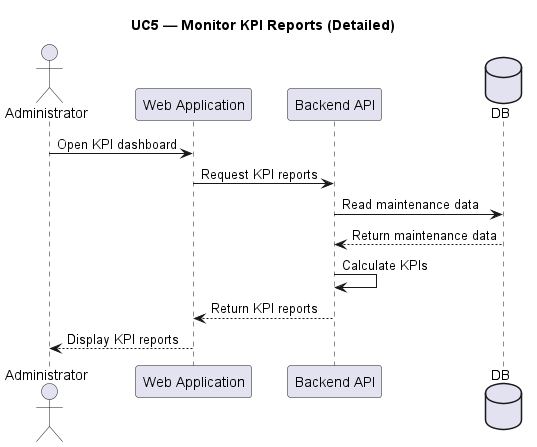
Above: uml/Interactions/sequence_diagrams/UC5_detailed_monitor_kpis_reports.png in xalameen8633-dotcom/Software-engineering-project (PlantUML), before the change. Source of this version:
```plantuml
@startuml
title UC5 — Monitor KPI Reports (Detailed)

actor Administrator
participant "Web Application" as Web
participant "Backend API" as API
database "DB" as DB

Administrator -> Web : Open KPI dashboard
Web -> API : Request KPI reports
API -> DB : Read maintenance data
DB --> API : Return maintenance data

API -> API : Calculate KPIs
API --> Web : Return KPI reports
Web --> Administrator : Display KPI reports

@enduml
```
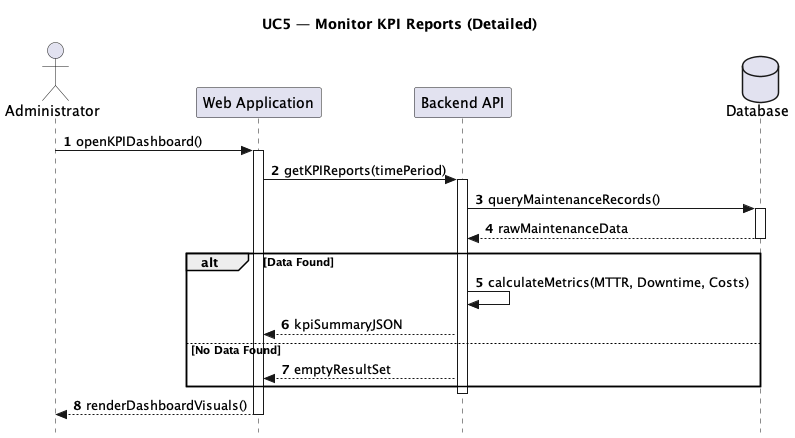
After the change.

Commit message:
improved UC5 detailed sequence diagram

The edit, as a diff of the source:
```diff
@@ -1,18 +1,34 @@
-@startuml
+@startuml UC5_Detailed_Refined
 title UC5 — Monitor KPI Reports (Detailed)
+
+autonumber
+skinparam Style strictuml
 
 actor Administrator
 participant "Web Application" as Web
 participant "Backend API" as API
-database "DB" as DB
+database "Database" as DB
 
-Administrator -> Web : Open KPI dashboard
-Web -> API : Request KPI reports
-API -> DB : Read maintenance data
-DB --> API : Return maintenance data
+Administrator -> Web : openKPIDashboard()
+activate Web
 
-API -> API : Calculate KPIs
-API --> Web : Return KPI reports
-Web --> Administrator : Display KPI reports
+Web -> API : getKPIReports(timePeriod)
+activate API
+
+API -> DB : queryMaintenanceRecords()
+activate DB
+DB --> API : rawMaintenanceData
+deactivate DB
+
+alt Data Found
+    API -> API : calculateMetrics(MTTR, Downtime, Costs)
+    API --> Web : kpiSummaryJSON
+else No Data Found
+    API --> Web : emptyResultSet
+end
+
+deactivate API
+Web --> Administrator : renderDashboardVisuals()
+deactivate Web
 
 @enduml
```
